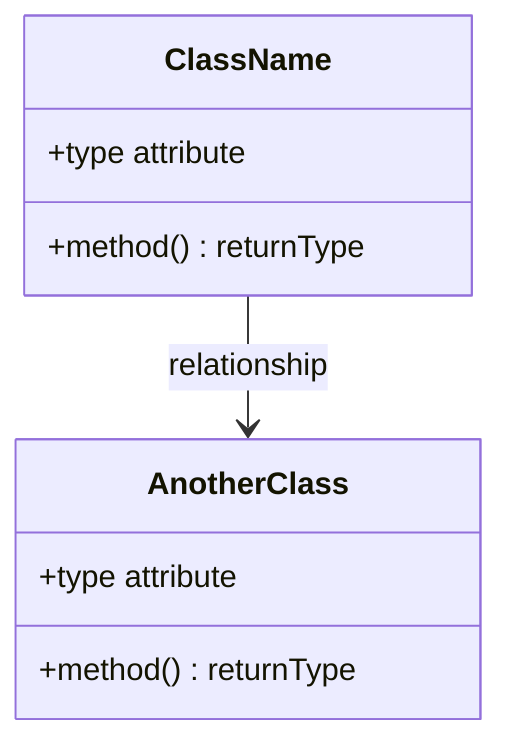
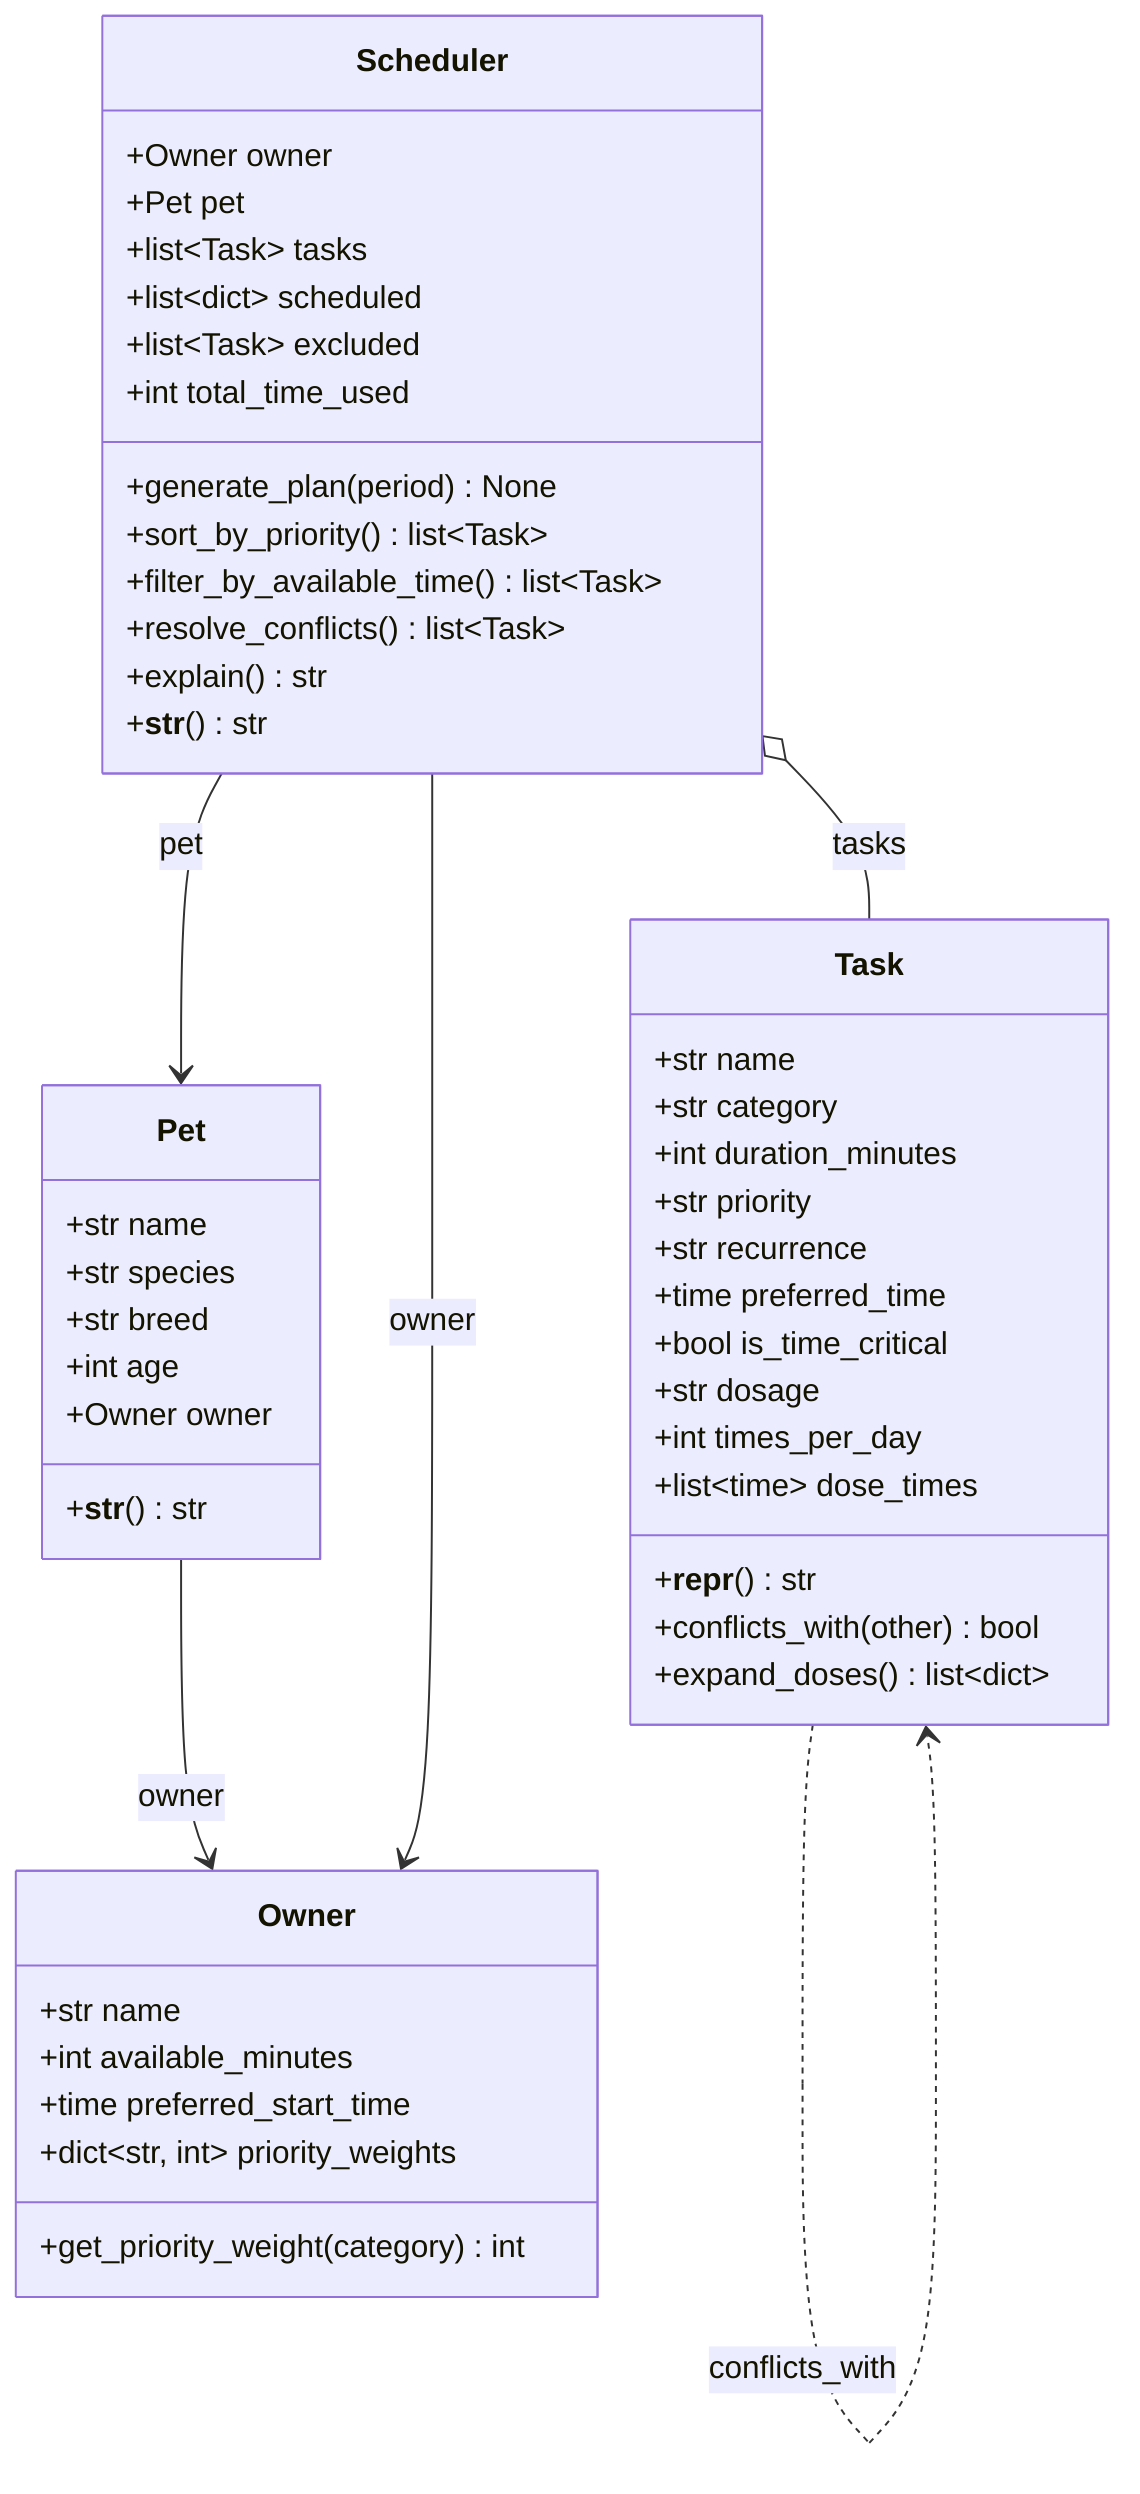
classDiagram
-     %% Replace the placeholders below with your actual classes, attributes, methods, and relationships.
-     %% Keep this file updated so it matches your final implementation.
+     %% PawPal+ class diagram — generated from reflection.md

-     class ClassName {
-         +type attribute
-         +method() returnType
+     class Owner {
+         +str name
+         +int available_minutes
+         +time preferred_start_time
+         +dict~str, int~ priority_weights
+         +get_priority_weight(category) int
    }

-     class AnotherClass {
-         +type attribute
-         +method() returnType
+     class Pet {
+         +str name
+         +str species
+         +str breed
+         +int age
+         +Owner owner
+         +__str__() str
    }

-     ClassName --> AnotherClass : relationship
+     class Task {
+         +str name
+         +str category
+         +int duration_minutes
+         +str priority
+         +str recurrence
+         +time preferred_time
+         +bool is_time_critical
+         +str dosage
+         +int times_per_day
+         +list~time~ dose_times
+         +__repr__() str
+         +conflicts_with(other) bool
+         +expand_doses() list~dict~
+     }
+ 
+     class Scheduler {
+         +Owner owner
+         +Pet pet
+         +list~Task~ tasks
+         +list~dict~ scheduled
+         +list~Task~ excluded
+         +int total_time_used
+         +generate_plan(period) None
+         +sort_by_priority() list~Task~
+         +filter_by_available_time() list~Task~
+         +resolve_conflicts() list~Task~
+         +explain() str
+         +__str__() str
+     }
+ 
+     Pet --> Owner : owner
+     Scheduler --> Owner : owner
+     Scheduler --> Pet : pet
+     Scheduler o-- Task : tasks
+     Task ..> Task : conflicts_with
